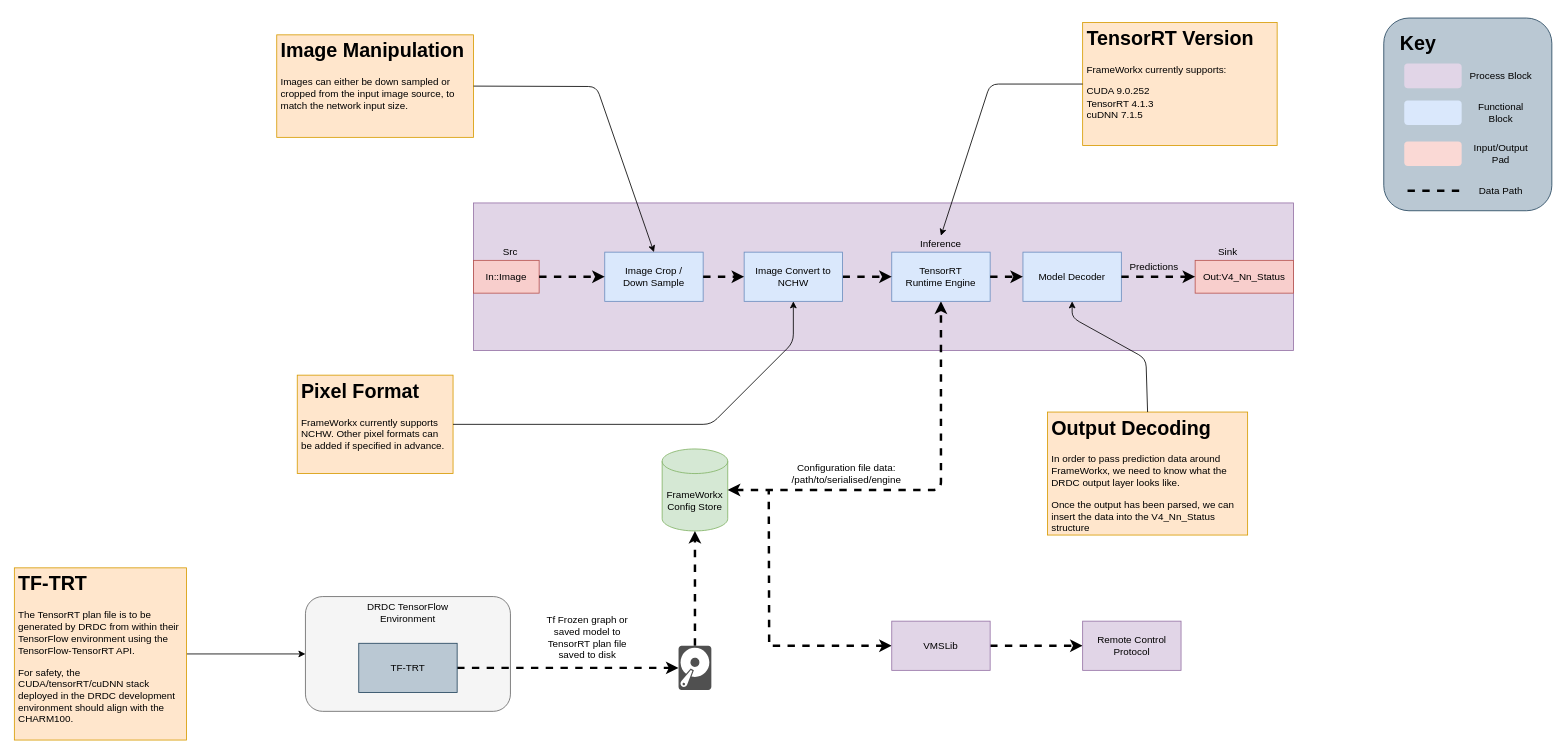
mj8ac/hello-world keeps this draw.io diagram as drdc_frameworkx_block_d.drawio. Above is the earlier version. Source tidied: cells renumbered, new cells numbered last; positions are measured from the earlier drawing's top-left corner, leaving out a move shared by most shapes. Both pictures are drawn from the tidied source at 82%, with x=0, y=0 at pixel (14, 17).
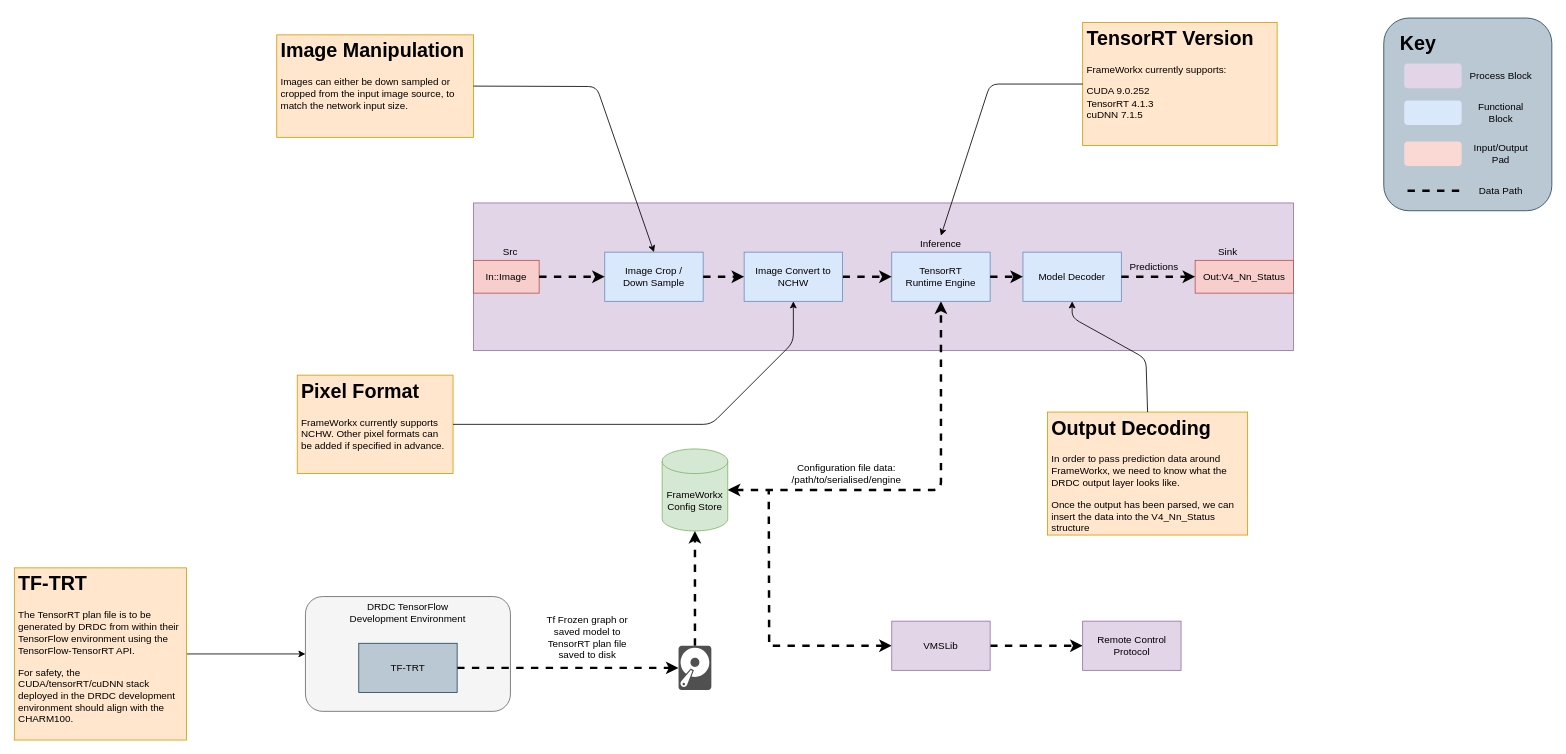
The same diagram, later.

What changed in the source:
```diff
@@
-    <mxCell id="18" value="DRDC TensorFlow Environment" style="text;html=1;strokeColor=none;fillColor=none;align=center;verticalAlign=middle;whiteSpace=wrap;rounded=0;" parent="1" vertex="1">
-      <mxGeometry x="420" y="716" width="120" height="20" as="geometry" />
+    <mxCell id="18" value="DRDC TensorFlow Development Environment" style="text;html=1;strokeColor=none;fillColor=none;align=center;verticalAlign=middle;whiteSpace=wrap;rounded=0;" parent="1" vertex="1">
+      <mxGeometry x="405" y="716" width="150" height="20" as="geometry" />
     </mxCell>
```
